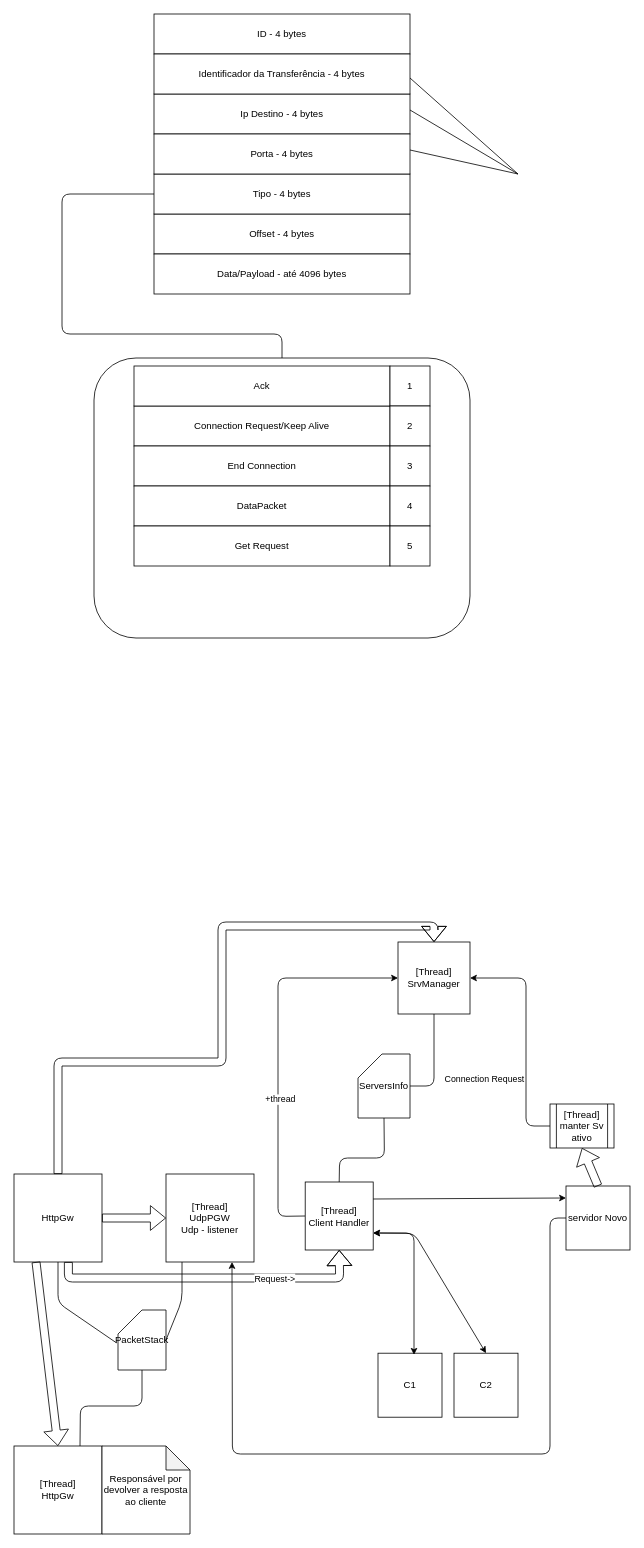
Above: FSChunkProtocol.drawio in JoaoSG56/CC-2020-2021 (draw.io), before the change. Source tidied: cells renumbered, new cells numbered last; positions are measured from the earlier drawing's top-left corner, leaving out a move shared by most shapes. Both pictures are drawn from the tidied source at 80%, with x=0, y=0 at pixel (14, 14).
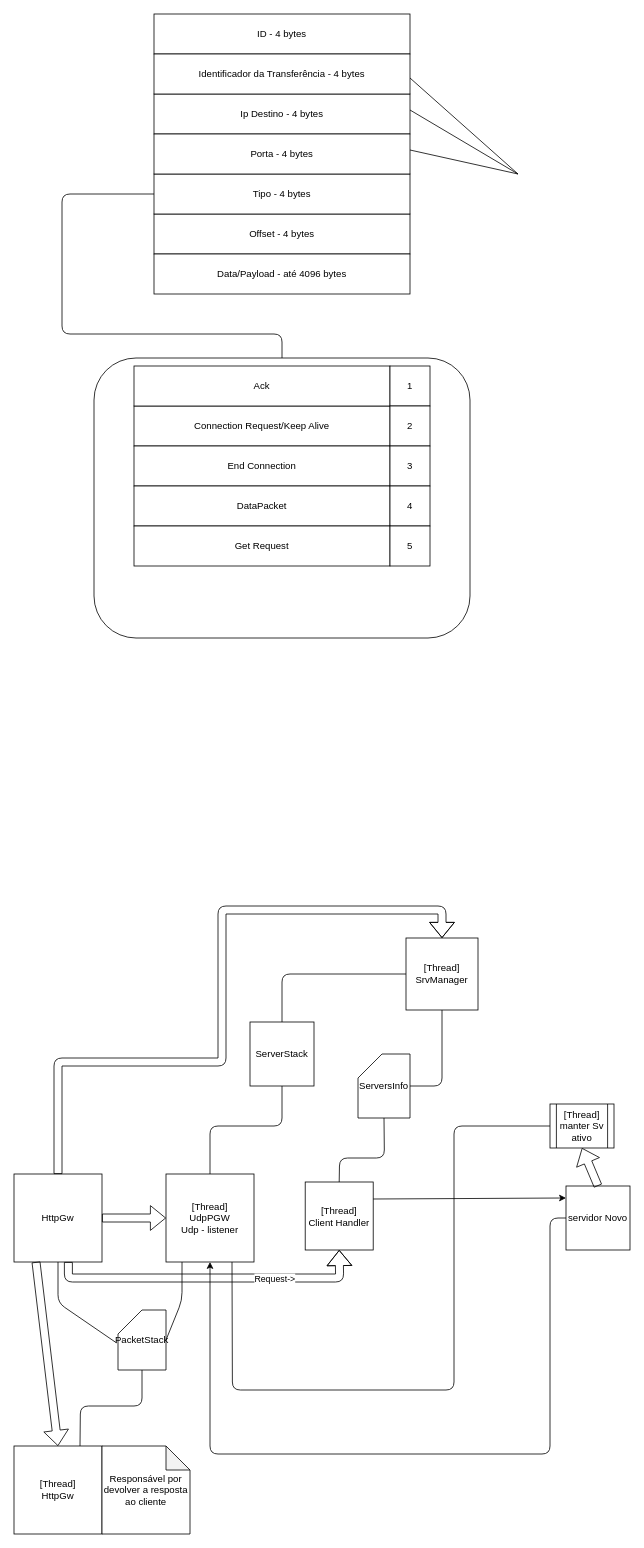
The same diagram, later.

Unchanged cells that the change refers to:
```xml
<mxCell id="24" value="[Thread]&lt;br&gt;UdpPGW&lt;br&gt;Udp - listener" style="whiteSpace=wrap;html=1;fillColor=#ffffff;" parent="1" vertex="1">
  <mxGeometry x="190" y="1450" width="110" height="110" as="geometry" />
</mxCell>
<mxCell id="30" value="servidor Novo" style="whiteSpace=wrap;html=1;fillColor=#ffffff;" parent="1" vertex="1">
  <mxGeometry x="690" y="1465" width="80" height="80" as="geometry" />
</mxCell>
<mxCell id="33" value="[Thread] manter Sv ativo" style="shape=process;whiteSpace=wrap;html=1;backgroundOutline=1;" parent="1" vertex="1">
  <mxGeometry x="670" y="1362.5" width="80" height="55" as="geometry" />
</mxCell>
<mxCell id="34" value="HttpGw" style="whiteSpace=wrap;html=1;" parent="1" vertex="1">
  <mxGeometry y="1450" width="110" height="110" as="geometry" />
</mxCell>
<mxCell id="35" value="[Thread]&lt;br&gt;Client Handler" style="whiteSpace=wrap;html=1;" parent="1" vertex="1">
  <mxGeometry x="364" y="1460" width="85" height="85" as="geometry" />
</mxCell>
<mxCell id="36" value="ServersInfo" style="shape=card;whiteSpace=wrap;html=1;" parent="1" vertex="1">
  <mxGeometry x="430" y="1300" width="65" height="80" as="geometry" />
</mxCell>
```

Change to the diagram source:
```diff
@@
     <mxCell id="25" value="[Thread]&lt;br&gt;SrvManager" style="whiteSpace=wrap;html=1;fillColor=#ffffff;" parent="1" vertex="1">
-      <mxGeometry x="480" y="1160" width="90" height="90" as="geometry" />
+      <mxGeometry x="490" y="1155" width="90" height="90" as="geometry" />
     </mxCell>
-    <mxCell id="26" style="endArrow=classic;html=1;exitX=0;exitY=0.5;exitDx=0;exitDy=0;entryX=0;entryY=0.5;entryDx=0;entryDy=0;" parent="1" edge="1" source="35" target="25">
-      <mxGeometry relative="1" as="geometry">
-        <Array as="points">
-          <mxPoint x="330" y="1503" />
-          <mxPoint x="330" y="1205" />
-        </Array>
-      </mxGeometry>
-    </mxCell>
-    <mxCell id="27" value="+thread" style="edgeLabel;html=1;align=center;verticalAlign=middle;" parent="26" vertex="1">
-      <mxGeometry x="-0.25" y="-2" relative="1" as="geometry" />
-    </mxCell>
-    <mxCell id="28" value="C1" style="whiteSpace=wrap;html=1;fillColor=#ffffff;" parent="1" vertex="1">
-      <mxGeometry x="455" y="1674" width="80" height="80" as="geometry" />
-    </mxCell>
-    <mxCell id="29" value="C2" style="whiteSpace=wrap;html=1;fillColor=#ffffff;" parent="1" vertex="1">
-      <mxGeometry x="550" y="1674" width="80" height="80" as="geometry" />
-    </mxCell>
@@
-    <mxCell id="31" style="endArrow=classic;html=1;entryX=1;entryY=0.5;entryDx=0;entryDy=0;exitX=0;exitY=0.5;exitDx=0;exitDy=0;" parent="1" edge="1" source="33" target="25">
-      <mxGeometry relative="1" as="geometry">
-        <Array as="points">
-          <mxPoint x="640" y="1390" />
-          <mxPoint x="640" y="1205" />
-        </Array>
-      </mxGeometry>
-    </mxCell>
-    <mxCell id="32" value="Connection Request" style="edgeLabel;html=1;align=center;verticalAlign=middle;" parent="31" vertex="1">
-      <mxGeometry x="-0.38" y="2" relative="1" as="geometry">
-        <mxPoint x="-50.1" y="-2" as="offset" />
-      </mxGeometry>
-    </mxCell>
@@
     <mxCell id="38" style="endArrow=none;html=1;entryX=0.5;entryY=1;entryDx=0;entryDy=0;exitX=1;exitY=0.5;exitDx=0;exitDy=0;exitPerimeter=0;" parent="1" edge="1" source="36" target="25">
       <mxGeometry relative="1" as="geometry">
         <Array as="points">
-          <mxPoint x="525" y="1340" />
+          <mxPoint x="535" y="1340" />
         </Array>
       </mxGeometry>
     </mxCell>
@@
     <mxCell id="42" style="shape=flexArrow;endArrow=classic;html=1;exitX=0.5;exitY=0;exitDx=0;exitDy=0;entryX=0.5;entryY=0;entryDx=0;entryDy=0;" parent="1" edge="1" source="34" target="25">
       <mxGeometry relative="1" as="geometry">
         <Array as="points">
           <mxPoint x="55" y="1310" />
           <mxPoint x="260" y="1310" />
-          <mxPoint x="260" y="1140" />
-          <mxPoint x="525" y="1140" />
+          <mxPoint x="260" y="1120" />
+          <mxPoint x="535" y="1120" />
         </Array>
       </mxGeometry>
     </mxCell>
@@
-    <mxCell id="44" style="endArrow=classic;startArrow=classic;html=1;exitX=1;exitY=0.75;exitDx=0;exitDy=0;" parent="1" edge="1" source="35">
-      <mxGeometry relative="1" as="geometry">
-        <mxPoint x="500" y="1676" as="targetPoint" />
-        <Array as="points">
-          <mxPoint x="500" y="1524" />
-        </Array>
-      </mxGeometry>
-    </mxCell>
-    <mxCell id="45" style="endArrow=classic;startArrow=classic;html=1;exitX=1;exitY=0.75;exitDx=0;exitDy=0;entryX=0.5;entryY=0;entryDx=0;entryDy=0;" parent="1" edge="1" source="35" target="29">
-      <mxGeometry relative="1" as="geometry">
-        <Array as="points">
-          <mxPoint x="500" y="1524" />
-        </Array>
-      </mxGeometry>
-    </mxCell>
@@
-    <mxCell id="54" style="endArrow=classic;html=1;exitX=0;exitY=0.5;exitDx=0;exitDy=0;entryX=0.75;entryY=1;entryDx=0;entryDy=0;" parent="1" edge="1" source="30" target="24">
+    <mxCell id="54" style="endArrow=classic;html=1;exitX=0;exitY=0.5;exitDx=0;exitDy=0;entryX=0.5;entryY=1;entryDx=0;entryDy=0;" parent="1" edge="1" source="30" target="24">
       <mxGeometry relative="1" as="geometry">
         <Array as="points">
           <mxPoint x="670" y="1505" />
           <mxPoint x="670" y="1800" />
-          <mxPoint x="273" y="1800" />
+          <mxPoint x="245" y="1800" />
         </Array>
       </mxGeometry>
     </mxCell>
+    <mxCell id="55" value="ServerStack" style="whiteSpace=wrap;html=1;" parent="1" vertex="1">
+      <mxGeometry x="295" y="1260" width="80" height="80" as="geometry" />
+    </mxCell>
+    <mxCell id="56" style="endArrow=none;html=1;entryX=0.5;entryY=1;entryDx=0;entryDy=0;exitX=0.5;exitY=0;exitDx=0;exitDy=0;" parent="1" edge="1" source="24" target="55">
+      <mxGeometry relative="1" as="geometry">
+        <Array as="points">
+          <mxPoint x="245" y="1390" />
+          <mxPoint x="335" y="1390" />
+        </Array>
+      </mxGeometry>
+    </mxCell>
+    <mxCell id="57" style="endArrow=none;html=1;entryX=0;entryY=0.5;entryDx=0;entryDy=0;exitX=0.5;exitY=0;exitDx=0;exitDy=0;" parent="1" edge="1" source="55" target="25">
+      <mxGeometry relative="1" as="geometry">
+        <Array as="points">
+          <mxPoint x="335" y="1200" />
+        </Array>
+      </mxGeometry>
+    </mxCell>
+    <mxCell id="58" style="endArrow=none;html=1;entryX=0;entryY=0.5;entryDx=0;entryDy=0;exitX=0.75;exitY=1;exitDx=0;exitDy=0;" parent="1" edge="1" source="24" target="33">
+      <mxGeometry relative="1" as="geometry">
+        <Array as="points">
+          <mxPoint x="273" y="1720" />
+          <mxPoint x="550" y="1720" />
+          <mxPoint x="550" y="1390" />
+        </Array>
+      </mxGeometry>
+    </mxCell>
```
